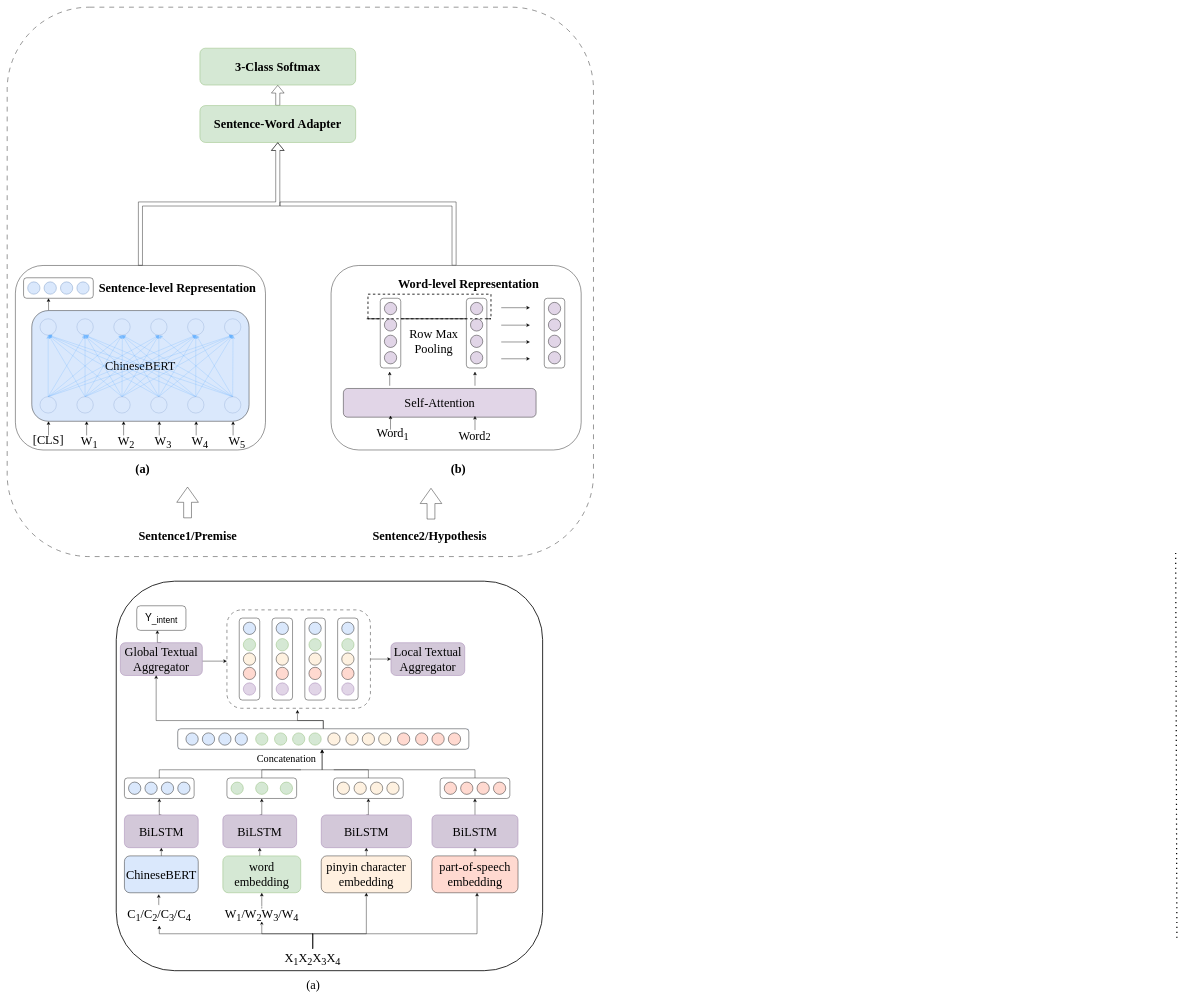
The draw.io diagram text_match/NLI_method.drawio in lengyueit/paper_pic, before the edit. Source tidied: cells renumbered, new cells numbered last; positions are measured from the earlier drawing's top-left corner, leaving out a move shared by most shapes. Both pictures are drawn from the tidied source at 41%, with x=0, y=0 at pixel (7, 7).
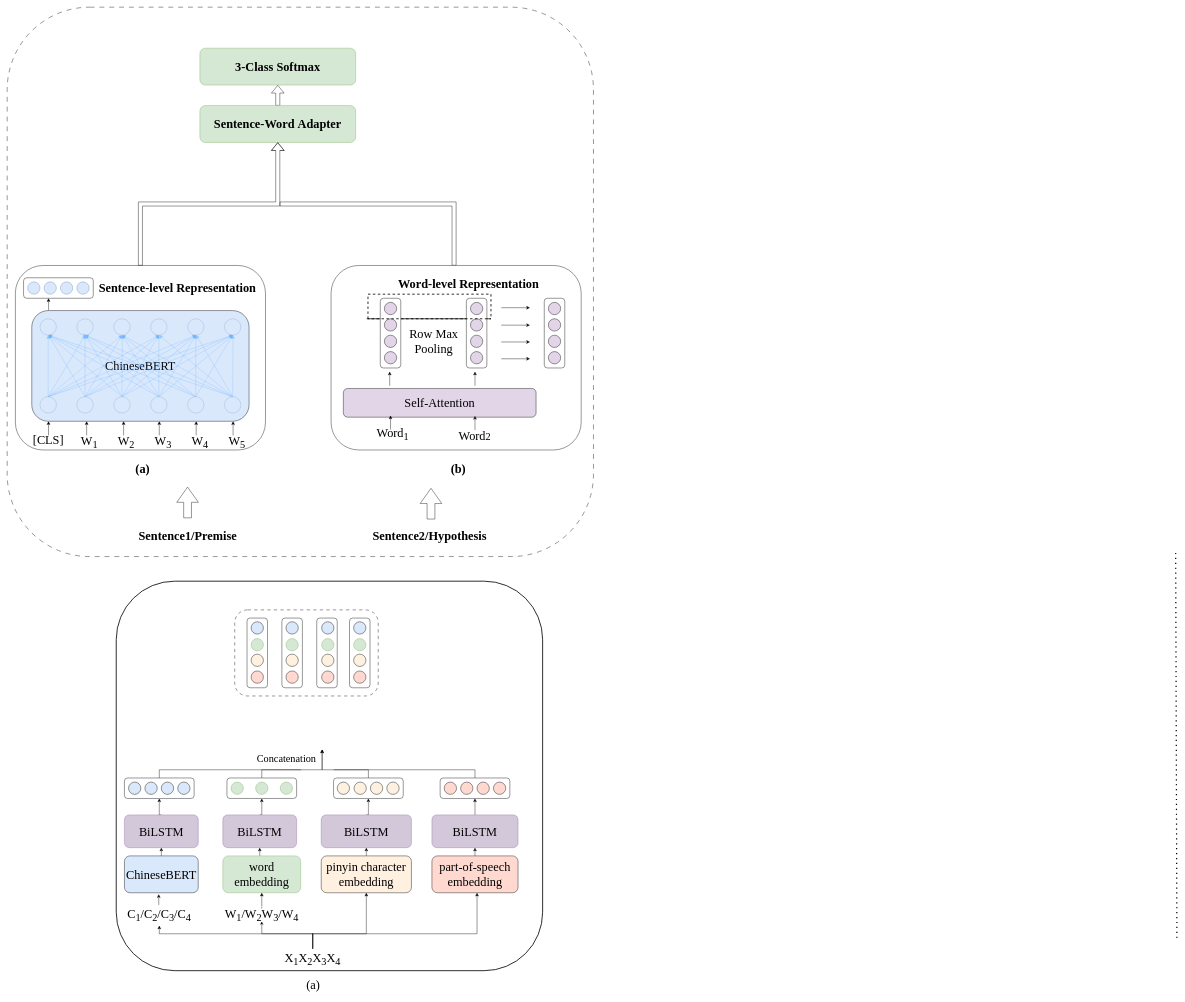
The same page after the edit.

The change refers to these unchanged cells:
```xml
<mxCell id="142" style="rounded=1;whiteSpace=wrap;html=1;" parent="1" vertex="1">
  <mxGeometry x="286" y="1880" width="170" height="50" as="geometry" />
</mxCell>
<mxCell id="159" style="rounded=1;whiteSpace=wrap;html=1;" parent="1" vertex="1">
  <mxGeometry x="1056" y="1880" width="170" height="50" as="geometry" />
</mxCell>
```

The edit, as a diff of the source:
```diff
@@
-    <mxCell id="141" style="edgeStyle=orthogonalEdgeStyle;rounded=0;jettySize=auto;html=1;exitX=0.5;exitY=0;exitDx=0;exitDy=0;entryX=0.496;entryY=1.01;entryDx=0;entryDy=0;entryPerimeter=0;" parent="1" edge="1" source="142" target="204">
+    <mxCell id="141" style="edgeStyle=orthogonalEdgeStyle;rounded=0;jettySize=auto;html=1;exitX=0.5;exitY=0;exitDx=0;exitDy=0;entryX=0.496;entryY=1.01;entryDx=0;entryDy=0;entryPerimeter=0;" parent="1" edge="1" source="142">
       <mxGeometry relative="1" as="geometry">
+        <mxPoint x="768.2" y="1810.5" as="targetPoint" />
         <Array as="points">
           <mxPoint x="376" y="1860" />
           <mxPoint x="766" y="1860" />
         </Array>
       </mxGeometry>
     </mxCell>
@@
-    <mxCell id="158" style="edgeStyle=orthogonalEdgeStyle;rounded=0;jettySize=auto;html=1;exitX=0.5;exitY=0;exitDx=0;exitDy=0;entryX=0.496;entryY=1.01;entryDx=0;entryDy=0;entryPerimeter=0;" parent="1" edge="1" source="159" target="204">
+    <mxCell id="158" style="edgeStyle=orthogonalEdgeStyle;rounded=0;jettySize=auto;html=1;exitX=0.5;exitY=0;exitDx=0;exitDy=0;entryX=0.496;entryY=1.01;entryDx=0;entryDy=0;entryPerimeter=0;" parent="1" edge="1" source="159">
       <mxGeometry relative="1" as="geometry">
+        <mxPoint x="768.2" y="1810.5" as="targetPoint" />
         <Array as="points">
           <mxPoint x="1141" y="1860" />
           <mxPoint x="768" y="1860" />
         </Array>
       </mxGeometry>
     </mxCell>
@@
-    <mxCell id="165" style="edgeStyle=orthogonalEdgeStyle;rounded=0;orthogonalLoop=1;jettySize=auto;html=1;exitX=1;exitY=0.5;exitDx=0;exitDy=0;entryX=0;entryY=0.5;entryDx=0;entryDy=0;" parent="1" edge="1">
-      <mxGeometry relative="1" as="geometry">
-        <mxPoint x="476" y="1595" as="sourcePoint" />
-        <mxPoint x="536" y="1595" as="targetPoint" />
-      </mxGeometry>
-    </mxCell>
-    <mxCell id="166" style="edgeStyle=orthogonalEdgeStyle;rounded=0;jettySize=auto;html=1;exitX=0.5;exitY=0;exitDx=0;exitDy=0;entryX=0.419;entryY=0.994;entryDx=0;entryDy=0;entryPerimeter=0;" parent="1" edge="1" source="167" target="169">
-      <mxGeometry relative="1" as="geometry" />
-    </mxCell>
-    <mxCell id="167" value="&lt;font style=&quot;font-size: 30px;&quot; face=&quot;Times New Roman&quot;&gt;Global Textual Aggregator&lt;/font&gt;" style="rounded=1;whiteSpace=wrap;html=1;fillColor=#D3C8D9;strokeColor=#9673a6;" parent="1" vertex="1">
-      <mxGeometry x="276" y="1550" width="200" height="80" as="geometry" />
-    </mxCell>
-    <mxCell id="168" value="&lt;font style=&quot;font-size: 30px;&quot; face=&quot;Times New Roman&quot;&gt;Local Textual Aggregator&lt;/font&gt;" style="rounded=1;whiteSpace=wrap;html=1;fillColor=#D3C8D9;strokeColor=#9673a6;" parent="1" vertex="1">
-      <mxGeometry x="936" y="1550" width="180" height="80" as="geometry" />
-    </mxCell>
-    <mxCell id="169" value="&lt;font style=&quot;font-size: 25px;&quot;&gt;Y&lt;sub&gt;_intent&lt;/sub&gt;&lt;/font&gt;" style="rounded=1;whiteSpace=wrap;html=1;" parent="1" vertex="1">
-      <mxGeometry x="316" y="1460" width="120" height="60" as="geometry" />
-    </mxCell>
-    <mxCell id="170" style="group;" parent="1" vertex="1">
-      <mxGeometry x="536" y="1470" width="350" height="240" as="geometry" />
-    </mxCell>
+    <mxCell id="222" style="endArrow=none;dashed=1;html=1;dashPattern=1 3;strokeWidth=3;rounded=0;" parent="1" edge="1">
+      <mxGeometry relative="1" as="geometry">
+        <mxPoint x="2853" y="2270" as="sourcePoint" />
+        <mxPoint x="2850" y="1330" as="targetPoint" />
+      </mxGeometry>
+    </mxCell>
+    <mxCell id="223" value="&lt;font face=&quot;Times New Roman&quot;&gt;&lt;span style=&quot;font-size: 30px;&quot;&gt;(a)&lt;/span&gt;&lt;/font&gt;" style="text;html=1;align=center;verticalAlign=middle;strokeColor=none;fillColor=none;" parent="1" vertex="1">
+      <mxGeometry x="716" y="2360" width="60" height="50" as="geometry" />
+    </mxCell>
-    <mxCell id="171" style="rounded=1;whiteSpace=wrap;html=1;dashed=1;dashPattern=8 8;" parent="170" vertex="1">
-      <mxGeometry width="350" height="240" as="geometry" />
+    <mxCell id="171" style="rounded=1;whiteSpace=wrap;html=1;dashed=1;dashPattern=8 8;" parent="1" vertex="1">
+      <mxGeometry x="555" y="1470" width="350" height="210" as="geometry" />
     </mxCell>
-    <mxCell id="172" style="group;" parent="170" vertex="1">
-      <mxGeometry x="30" y="20" width="280" height="200" as="geometry" />
+    <mxCell id="172" style="group;" parent="1" vertex="1">
+      <mxGeometry x="585" y="1490" width="280" height="200" as="geometry" />
     </mxCell>
-    <mxCell id="173" style="group;" parent="172" vertex="1">
-      <mxGeometry x="240" width="50" height="200" as="geometry" />
-    </mxCell>
-    <mxCell id="174" style="rounded=1;whiteSpace=wrap;html=1;direction=south;" parent="173" vertex="1">
-      <mxGeometry width="50" height="200" as="geometry" />
-    </mxCell>
-    <mxCell id="175" style="ellipse;whiteSpace=wrap;html=1;fillColor=#d5e8d4;direction=south;strokeColor=#82b366;" parent="173" vertex="1">
-      <mxGeometry x="10" y="50" width="30" height="30" as="geometry" />
-    </mxCell>
-    <mxCell id="176" style="ellipse;whiteSpace=wrap;html=1;fillColor=#fef1e0;direction=south;" parent="173" vertex="1">
-      <mxGeometry x="10" y="85" width="30" height="30" as="geometry" />
-    </mxCell>
-    <mxCell id="177" style="ellipse;whiteSpace=wrap;html=1;fillColor=#ffd9d0;direction=south;" parent="173" vertex="1">
-      <mxGeometry x="10" y="120" width="30" height="30" as="geometry" />
-    </mxCell>
-    <mxCell id="178" style="ellipse;whiteSpace=wrap;html=1;fillColor=#dae8fc;direction=south;" parent="173" vertex="1">
-      <mxGeometry x="10" y="10" width="30" height="30" as="geometry" />
-    </mxCell>
-    <mxCell id="179" style="ellipse;whiteSpace=wrap;html=1;fillColor=#e1d5e7;strokeColor=#9673a6;" parent="173" vertex="1">
-      <mxGeometry x="10" y="158" width="30" height="30" as="geometry" />
-    </mxCell>
-    <mxCell id="180" style="group;" parent="172" vertex="1">
-      <mxGeometry width="50" height="200" as="geometry" />
-    </mxCell>
+    <mxCell id="224" style="group;" parent="172" vertex="1">
+      <mxGeometry width="50" height="170" as="geometry" />
+    </mxCell>
-    <mxCell id="181" style="rounded=1;whiteSpace=wrap;html=1;direction=south;" parent="180" vertex="1">
-      <mxGeometry width="50" height="200" as="geometry" />
+    <mxCell id="181" style="rounded=1;whiteSpace=wrap;html=1;direction=south;" parent="224" vertex="1">
+      <mxGeometry width="50" height="170" as="geometry" />
     </mxCell>
-    <mxCell id="182" style="ellipse;whiteSpace=wrap;html=1;fillColor=#d5e8d4;direction=south;strokeColor=#82b366;" parent="180" vertex="1">
+    <mxCell id="182" style="ellipse;whiteSpace=wrap;html=1;fillColor=#d5e8d4;direction=south;strokeColor=#82b366;" parent="224" vertex="1">
       <mxGeometry x="10" y="50" width="30" height="30" as="geometry" />
     </mxCell>
-    <mxCell id="183" style="ellipse;whiteSpace=wrap;html=1;fillColor=#fef1e0;direction=south;" parent="180" vertex="1">
-      <mxGeometry x="10" y="85" width="30" height="30" as="geometry" />
+    <mxCell id="183" style="ellipse;whiteSpace=wrap;html=1;fillColor=#fef1e0;direction=south;" parent="224" vertex="1">
+      <mxGeometry x="10" y="88" width="30" height="30" as="geometry" />
     </mxCell>
-    <mxCell id="184" style="ellipse;whiteSpace=wrap;html=1;fillColor=#ffd9d0;direction=south;" parent="180" vertex="1">
-      <mxGeometry x="10" y="120" width="30" height="30" as="geometry" />
+    <mxCell id="184" style="ellipse;whiteSpace=wrap;html=1;fillColor=#ffd9d0;direction=south;" parent="224" vertex="1">
+      <mxGeometry x="10" y="129" width="30" height="30" as="geometry" />
     </mxCell>
-    <mxCell id="185" style="ellipse;whiteSpace=wrap;html=1;fillColor=#dae8fc;direction=south;" parent="180" vertex="1">
-      <mxGeometry x="10" y="10" width="30" height="30" as="geometry" />
+    <mxCell id="185" style="ellipse;whiteSpace=wrap;html=1;fillColor=#dae8fc;direction=south;" parent="224" vertex="1">
+      <mxGeometry x="10" y="9" width="30" height="30" as="geometry" />
     </mxCell>
-    <mxCell id="186" style="ellipse;whiteSpace=wrap;html=1;fillColor=#e1d5e7;strokeColor=#9673a6;" parent="180" vertex="1">
-      <mxGeometry x="10" y="158" width="30" height="30" as="geometry" />
-    </mxCell>
-    <mxCell id="187" style="group;" parent="172" vertex="1">
-      <mxGeometry x="80" width="50" height="200" as="geometry" />
-    </mxCell>
-    <mxCell id="188" style="rounded=1;whiteSpace=wrap;html=1;direction=south;" parent="187" vertex="1">
-      <mxGeometry width="50" height="200" as="geometry" />
-    </mxCell>
-    <mxCell id="189" style="ellipse;whiteSpace=wrap;html=1;fillColor=#d5e8d4;direction=south;strokeColor=#82b366;" parent="187" vertex="1">
-      <mxGeometry x="10" y="50" width="30" height="30" as="geometry" />
-    </mxCell>
-    <mxCell id="190" style="ellipse;whiteSpace=wrap;html=1;fillColor=#fef1e0;direction=south;" parent="187" vertex="1">
-      <mxGeometry x="10" y="85" width="30" height="30" as="geometry" />
-    </mxCell>
-    <mxCell id="191" style="ellipse;whiteSpace=wrap;html=1;fillColor=#ffd9d0;direction=south;" parent="187" vertex="1">
-      <mxGeometry x="10" y="120" width="30" height="30" as="geometry" />
-    </mxCell>
-    <mxCell id="192" style="ellipse;whiteSpace=wrap;html=1;fillColor=#dae8fc;direction=south;" parent="187" vertex="1">
-      <mxGeometry x="10" y="10" width="30" height="30" as="geometry" />
-    </mxCell>
-    <mxCell id="193" style="ellipse;whiteSpace=wrap;html=1;fillColor=#e1d5e7;strokeColor=#9673a6;" parent="187" vertex="1">
-      <mxGeometry x="10" y="158" width="30" height="30" as="geometry" />
-    </mxCell>
-    <mxCell id="194" style="group;" parent="172" vertex="1">
-      <mxGeometry x="160" width="50" height="200" as="geometry" />
-    </mxCell>
-    <mxCell id="195" style="rounded=1;whiteSpace=wrap;html=1;direction=south;" parent="194" vertex="1">
-      <mxGeometry width="50" height="200" as="geometry" />
-    </mxCell>
-    <mxCell id="196" style="ellipse;whiteSpace=wrap;html=1;fillColor=#d5e8d4;direction=south;strokeColor=#82b366;" parent="194" vertex="1">
-      <mxGeometry x="10" y="50" width="30" height="30" as="geometry" />
-    </mxCell>
-    <mxCell id="197" style="ellipse;whiteSpace=wrap;html=1;fillColor=#fef1e0;direction=south;" parent="194" vertex="1">
-      <mxGeometry x="10" y="85" width="30" height="30" as="geometry" />
-    </mxCell>
-    <mxCell id="198" style="ellipse;whiteSpace=wrap;html=1;fillColor=#ffd9d0;direction=south;" parent="194" vertex="1">
-      <mxGeometry x="10" y="120" width="30" height="30" as="geometry" />
-    </mxCell>
-    <mxCell id="199" style="ellipse;whiteSpace=wrap;html=1;fillColor=#dae8fc;direction=south;" parent="194" vertex="1">
-      <mxGeometry x="10" y="10" width="30" height="30" as="geometry" />
-    </mxCell>
-    <mxCell id="200" style="ellipse;whiteSpace=wrap;html=1;fillColor=#e1d5e7;strokeColor=#9673a6;" parent="194" vertex="1">
-      <mxGeometry x="10" y="158" width="30" height="30" as="geometry" />
-    </mxCell>
-    <mxCell id="201" style="edgeStyle=orthogonalEdgeStyle;rounded=0;jettySize=auto;html=1;exitX=1;exitY=0.5;exitDx=0;exitDy=0;entryX=0;entryY=0.5;entryDx=0;entryDy=0;" parent="1" edge="1" source="171" target="168">
-      <mxGeometry relative="1" as="geometry" />
-    </mxCell>
-    <mxCell id="202" style="group;fillColor=#dae8fc;" parent="1" vertex="1">
-      <mxGeometry x="416" y="1760" width="710" height="50" as="geometry" />
-    </mxCell>
-    <mxCell id="203" style="edgeStyle=orthogonalEdgeStyle;rounded=0;jettySize=auto;html=1;exitX=0.5;exitY=0;exitDx=0;exitDy=0;" parent="202" edge="1" source="204">
-      <mxGeometry relative="1" as="geometry">
-        <mxPoint x="292" y="-46" as="targetPoint" />
-        <Array as="points">
-          <mxPoint x="355" y="-20" />
-          <mxPoint x="292" y="-20" />
-        </Array>
-      </mxGeometry>
-    </mxCell>
-    <mxCell id="204" style="rounded=1;whiteSpace=wrap;html=1;" parent="202" vertex="1">
-      <mxGeometry width="710" height="50" as="geometry" />
-    </mxCell>
-    <mxCell id="205" style="ellipse;whiteSpace=wrap;html=1;fillColor=#dae8fc;" parent="202" vertex="1">
-      <mxGeometry x="20" y="10" width="30" height="30" as="geometry" />
-    </mxCell>
-    <mxCell id="206" style="ellipse;whiteSpace=wrap;html=1;fillColor=#dae8fc;" parent="202" vertex="1">
-      <mxGeometry x="60" y="10" width="30" height="30" as="geometry" />
-    </mxCell>
-    <mxCell id="207" style="ellipse;whiteSpace=wrap;html=1;fillColor=#dae8fc;" parent="202" vertex="1">
-      <mxGeometry x="140" y="10" width="30" height="30" as="geometry" />
-    </mxCell>
-    <mxCell id="208" style="ellipse;whiteSpace=wrap;html=1;fillColor=#dae8fc;" parent="202" vertex="1">
-      <mxGeometry x="100" y="10" width="30" height="30" as="geometry" />
-    </mxCell>
-    <mxCell id="209" style="ellipse;whiteSpace=wrap;html=1;fillColor=#d5e8d4;strokeColor=#82b366;" parent="202" vertex="1">
-      <mxGeometry x="190" y="10" width="30" height="30" as="geometry" />
-    </mxCell>
-    <mxCell id="210" style="ellipse;whiteSpace=wrap;html=1;fillColor=#d5e8d4;strokeColor=#82b366;" parent="202" vertex="1">
-      <mxGeometry x="236" y="10" width="30" height="30" as="geometry" />
-    </mxCell>
-    <mxCell id="211" style="ellipse;whiteSpace=wrap;html=1;fillColor=#d5e8d4;strokeColor=#82b366;" parent="202" vertex="1">
-      <mxGeometry x="320" y="10" width="30" height="30" as="geometry" />
-    </mxCell>
-    <mxCell id="212" style="ellipse;whiteSpace=wrap;html=1;fillColor=#d5e8d4;strokeColor=#82b366;" parent="202" vertex="1">
-      <mxGeometry x="280" y="10" width="30" height="30" as="geometry" />
-    </mxCell>
-    <mxCell id="213" style="ellipse;whiteSpace=wrap;html=1;fillColor=#fef1e0;" parent="202" vertex="1">
-      <mxGeometry x="366" y="10" width="30" height="30" as="geometry" />
-    </mxCell>
-    <mxCell id="214" style="ellipse;whiteSpace=wrap;html=1;fillColor=#fef1e0;" parent="202" vertex="1">
-      <mxGeometry x="410" y="10" width="30" height="30" as="geometry" />
-    </mxCell>
-    <mxCell id="215" style="ellipse;whiteSpace=wrap;html=1;fillColor=#fef1e0;" parent="202" vertex="1">
-      <mxGeometry x="490" y="10" width="30" height="30" as="geometry" />
-    </mxCell>
-    <mxCell id="216" style="ellipse;whiteSpace=wrap;html=1;fillColor=#fef1e0;" parent="202" vertex="1">
-      <mxGeometry x="450" y="10" width="30" height="30" as="geometry" />
-    </mxCell>
-    <mxCell id="217" style="ellipse;whiteSpace=wrap;html=1;fillColor=#ffd9d0;" parent="202" vertex="1">
-      <mxGeometry x="536" y="10" width="30" height="30" as="geometry" />
-    </mxCell>
-    <mxCell id="218" style="ellipse;whiteSpace=wrap;html=1;fillColor=#ffd9d0;" parent="202" vertex="1">
-      <mxGeometry x="580" y="10" width="30" height="30" as="geometry" />
-    </mxCell>
-    <mxCell id="219" style="ellipse;whiteSpace=wrap;html=1;fillColor=#ffd9d0;" parent="202" vertex="1">
-      <mxGeometry x="660" y="10" width="30" height="30" as="geometry" />
-    </mxCell>
-    <mxCell id="220" style="ellipse;whiteSpace=wrap;html=1;fillColor=#ffd9d0;" parent="202" vertex="1">
-      <mxGeometry x="620" y="10" width="30" height="30" as="geometry" />
-    </mxCell>
-    <mxCell id="221" style="edgeStyle=orthogonalEdgeStyle;rounded=0;jettySize=auto;html=1;exitX=0.5;exitY=0;exitDx=0;exitDy=0;entryX=0.437;entryY=0.991;entryDx=0;entryDy=0;entryPerimeter=0;" parent="1" edge="1" source="204" target="167">
-      <mxGeometry relative="1" as="geometry">
-        <Array as="points">
-          <mxPoint x="766" y="1740" />
-          <mxPoint x="366" y="1740" />
-        </Array>
-      </mxGeometry>
-    </mxCell>
-    <mxCell id="222" style="endArrow=none;dashed=1;html=1;dashPattern=1 3;strokeWidth=3;rounded=0;" parent="1" edge="1">
-      <mxGeometry relative="1" as="geometry">
-        <mxPoint x="2853" y="2270" as="sourcePoint" />
-        <mxPoint x="2850" y="1330" as="targetPoint" />
-      </mxGeometry>
-    </mxCell>
-    <mxCell id="223" value="&lt;font face=&quot;Times New Roman&quot;&gt;&lt;span style=&quot;font-size: 30px;&quot;&gt;(a)&lt;/span&gt;&lt;/font&gt;" style="text;html=1;align=center;verticalAlign=middle;strokeColor=none;fillColor=none;" parent="1" vertex="1">
-      <mxGeometry x="716" y="2360" width="60" height="50" as="geometry" />
-    </mxCell>
+    <mxCell id="225" style="group;" parent="1" vertex="1">
+      <mxGeometry x="670" y="1490" width="50" height="170" as="geometry" />
+    </mxCell>
+    <mxCell id="226" style="rounded=1;whiteSpace=wrap;html=1;direction=south;" parent="225" vertex="1">
+      <mxGeometry width="50" height="170" as="geometry" />
+    </mxCell>
+    <mxCell id="227" style="ellipse;whiteSpace=wrap;html=1;fillColor=#d5e8d4;direction=south;strokeColor=#82b366;" parent="225" vertex="1">
+      <mxGeometry x="10" y="50" width="30" height="30" as="geometry" />
+    </mxCell>
+    <mxCell id="228" style="ellipse;whiteSpace=wrap;html=1;fillColor=#fef1e0;direction=south;" parent="225" vertex="1">
+      <mxGeometry x="10" y="88" width="30" height="30" as="geometry" />
+    </mxCell>
+    <mxCell id="229" style="ellipse;whiteSpace=wrap;html=1;fillColor=#ffd9d0;direction=south;" parent="225" vertex="1">
+      <mxGeometry x="10" y="129" width="30" height="30" as="geometry" />
+    </mxCell>
+    <mxCell id="230" style="ellipse;whiteSpace=wrap;html=1;fillColor=#dae8fc;direction=south;" parent="225" vertex="1">
+      <mxGeometry x="10" y="9" width="30" height="30" as="geometry" />
+    </mxCell>
+    <mxCell id="231" style="group;" parent="1" vertex="1">
+      <mxGeometry x="757" y="1490" width="50" height="170" as="geometry" />
+    </mxCell>
+    <mxCell id="232" style="rounded=1;whiteSpace=wrap;html=1;direction=south;" parent="231" vertex="1">
+      <mxGeometry x="-2" width="50" height="170" as="geometry" />
+    </mxCell>
+    <mxCell id="233" style="ellipse;whiteSpace=wrap;html=1;fillColor=#d5e8d4;direction=south;strokeColor=#82b366;" parent="231" vertex="1">
+      <mxGeometry x="10" y="50" width="30" height="30" as="geometry" />
+    </mxCell>
+    <mxCell id="234" style="ellipse;whiteSpace=wrap;html=1;fillColor=#fef1e0;direction=south;" parent="231" vertex="1">
+      <mxGeometry x="10" y="88" width="30" height="30" as="geometry" />
+    </mxCell>
+    <mxCell id="235" style="ellipse;whiteSpace=wrap;html=1;fillColor=#ffd9d0;direction=south;" parent="231" vertex="1">
+      <mxGeometry x="10" y="129" width="30" height="30" as="geometry" />
+    </mxCell>
+    <mxCell id="236" style="ellipse;whiteSpace=wrap;html=1;fillColor=#dae8fc;direction=south;" parent="231" vertex="1">
+      <mxGeometry x="10" y="9" width="30" height="30" as="geometry" />
+    </mxCell>
+    <mxCell id="237" style="group;" parent="1" vertex="1">
+      <mxGeometry x="835" y="1490" width="50" height="170" as="geometry" />
+    </mxCell>
+    <mxCell id="238" style="rounded=1;whiteSpace=wrap;html=1;direction=south;" parent="237" vertex="1">
+      <mxGeometry width="50" height="170" as="geometry" />
+    </mxCell>
+    <mxCell id="239" style="ellipse;whiteSpace=wrap;html=1;fillColor=#d5e8d4;direction=south;strokeColor=#82b366;" parent="237" vertex="1">
+      <mxGeometry x="10" y="50" width="30" height="30" as="geometry" />
+    </mxCell>
+    <mxCell id="240" style="ellipse;whiteSpace=wrap;html=1;fillColor=#fef1e0;direction=south;" parent="237" vertex="1">
+      <mxGeometry x="10" y="88" width="30" height="30" as="geometry" />
+    </mxCell>
+    <mxCell id="241" style="ellipse;whiteSpace=wrap;html=1;fillColor=#ffd9d0;direction=south;" parent="237" vertex="1">
+      <mxGeometry x="10" y="129" width="30" height="30" as="geometry" />
+    </mxCell>
+    <mxCell id="242" style="ellipse;whiteSpace=wrap;html=1;fillColor=#dae8fc;direction=south;" parent="237" vertex="1">
+      <mxGeometry x="10" y="9" width="30" height="30" as="geometry" />
+    </mxCell>
```
